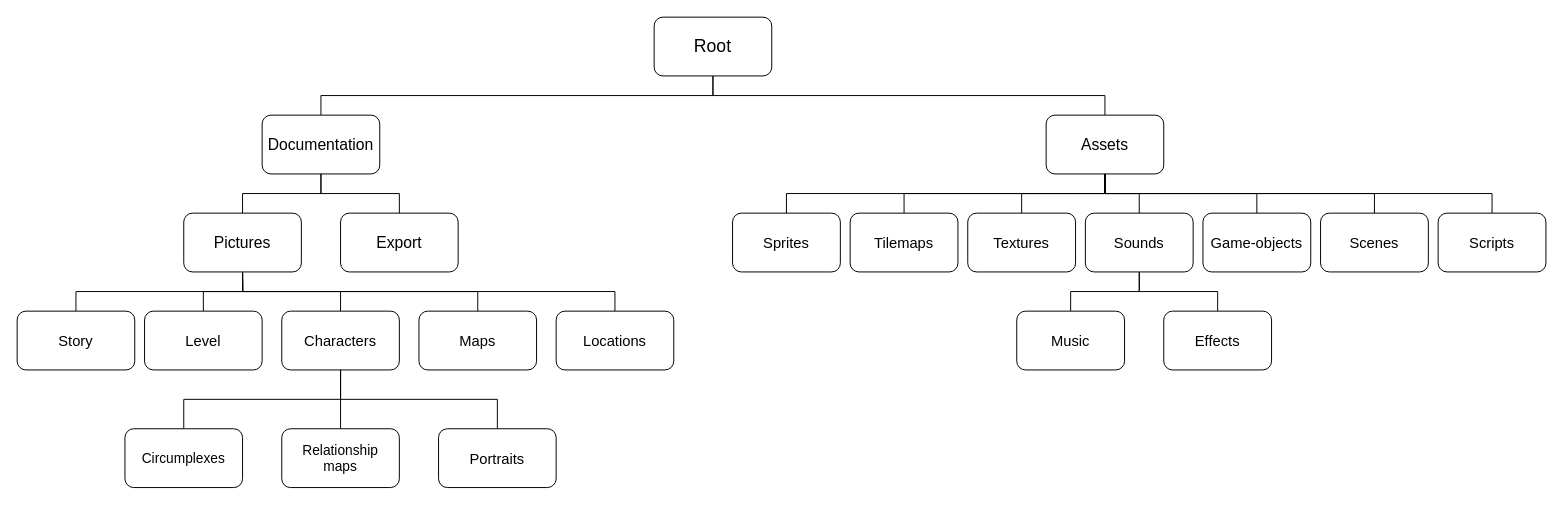
Above: Documentation/Pictures/Directory_structure_diagram_source.drawio in Sephirothbahamut/Accio-Niffler (draw.io), before the change. Source tidied: cells renumbered, new cells numbered last; positions are measured from the earlier drawing's top-left corner, leaving out a move shared by most shapes. Both pictures are drawn from the tidied source at 98%, with x=0, y=0 at pixel (17, 17).
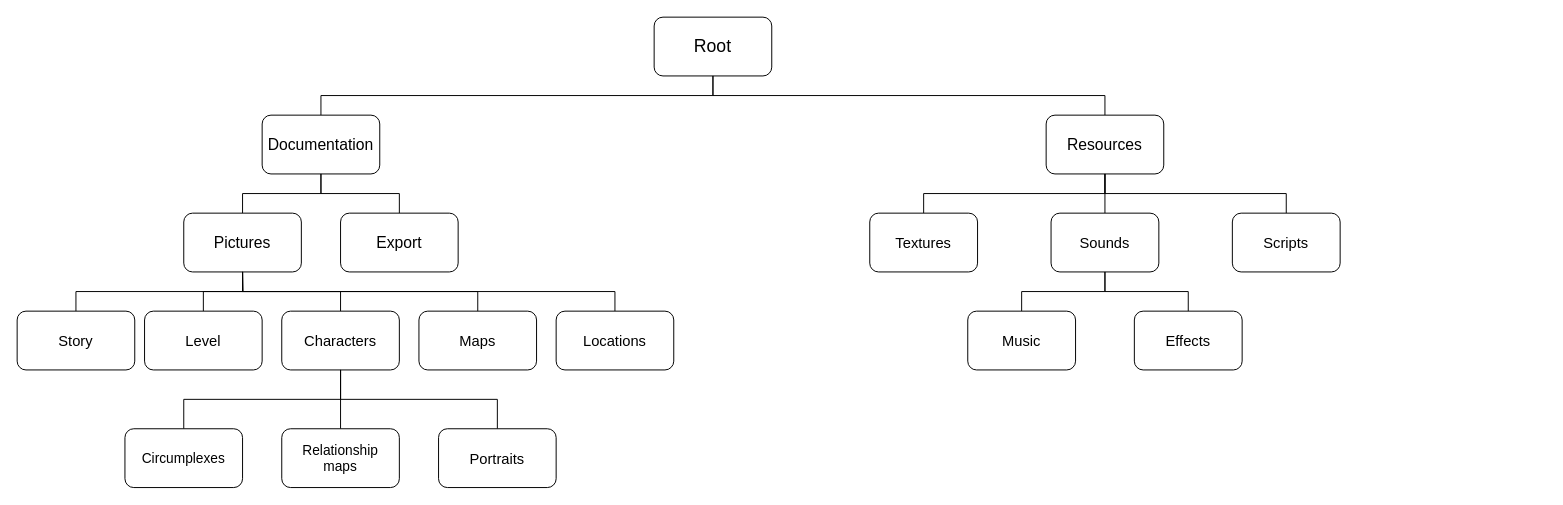
Above is the later version.

Unchanged cells that the change refers to:
```xml
<mxCell id="2" value="&lt;font style=&quot;font-size: 18px&quot;&gt;Root&lt;/font&gt;" style="rounded=1;whiteSpace=wrap;html=1;" parent="1" vertex="1">
  <mxGeometry x="650" width="120" height="60" as="geometry" />
</mxCell>
<mxCell id="14" value="&lt;font style=&quot;font-size: 15px&quot;&gt;Level&lt;/font&gt;" style="rounded=1;whiteSpace=wrap;html=1;" parent="1" vertex="1">
  <mxGeometry x="130" y="300" width="120" height="60" as="geometry" />
</mxCell>
```

What changed in the source:
```diff
@@
-<mxGraphModel background="#ffffff">
+<mxGraphModel>
@@
-    <mxCell id="5" style="edgeStyle=orthogonalEdgeStyle;rounded=0;jettySize=auto;html=1;endArrow=none;endFill=0;" parent="1" edge="1" source="6" target="2">
-      <mxGeometry relative="1" as="geometry">
-        <Array as="points">
-          <mxPoint x="1110" y="80" />
-          <mxPoint x="710" y="80" />
-        </Array>
-      </mxGeometry>
-    </mxCell>
-    <mxCell id="6" value="&lt;font style=&quot;font-size: 16px&quot;&gt;Assets&lt;/font&gt;" style="rounded=1;whiteSpace=wrap;html=1;" parent="1" vertex="1">
-      <mxGeometry x="1050" y="100" width="120" height="60" as="geometry" />
-    </mxCell>
+    <mxCell id="45" style="edgeStyle=orthogonalEdgeStyle;rounded=0;jettySize=auto;html=1;endArrow=none;endFill=0;" parent="1" edge="1" source="46" target="2">
+      <mxGeometry relative="1" as="geometry">
+        <Array as="points">
+          <mxPoint x="1110" y="80" />
+          <mxPoint x="710" y="80" />
+        </Array>
+      </mxGeometry>
+    </mxCell>
+    <mxCell id="46" value="&lt;font style=&quot;font-size: 16px&quot;&gt;Resources&lt;br&gt;&lt;/font&gt;" style="rounded=1;whiteSpace=wrap;html=1;" parent="1" vertex="1">
+      <mxGeometry x="1050" y="100" width="120" height="60" as="geometry" />
+    </mxCell>
@@
-    <mxCell id="13" style="edgeStyle=orthogonalEdgeStyle;rounded=0;jettySize=auto;html=1;exitX=0.5;exitY=0;exitDx=0;exitDy=0;endArrow=none;endFill=0;" parent="1" edge="1" source="14">
-      <mxGeometry relative="1" as="geometry">
-        <mxPoint x="230" y="260" as="targetPoint" />
-      </mxGeometry>
-    </mxCell>
+    <mxCell id="47" style="edgeStyle=orthogonalEdgeStyle;rounded=0;jettySize=auto;html=1;exitX=0.5;exitY=0;exitDx=0;exitDy=0;endArrow=none;endFill=0;" parent="1" edge="1" source="14">
+      <mxGeometry relative="1" as="geometry">
+        <mxPoint x="230" y="260" as="targetPoint" />
+      </mxGeometry>
+    </mxCell>
@@
-    <mxCell id="27" style="edgeStyle=orthogonalEdgeStyle;rounded=0;jettySize=auto;html=1;endArrow=none;endFill=0;" parent="1" edge="1" source="28" target="6">
-      <mxGeometry relative="1" as="geometry">
-        <Array as="points">
-          <mxPoint x="785" y="180" />
-          <mxPoint x="1110" y="180" />
-        </Array>
-      </mxGeometry>
-    </mxCell>
-    <mxCell id="28" value="&lt;font&gt;&lt;font style=&quot;font-size: 15px&quot;&gt;Sprites&lt;/font&gt;&lt;br&gt;&lt;/font&gt;" style="rounded=1;whiteSpace=wrap;html=1;" parent="1" vertex="1">
-      <mxGeometry x="730" y="200" width="110" height="60" as="geometry" />
-    </mxCell>
-    <mxCell id="29" style="edgeStyle=orthogonalEdgeStyle;rounded=0;jettySize=auto;html=1;endArrow=none;endFill=0;" parent="1" edge="1" source="30" target="6">
-      <mxGeometry relative="1" as="geometry">
-        <Array as="points">
-          <mxPoint x="905" y="180" />
-          <mxPoint x="1110" y="180" />
-        </Array>
-      </mxGeometry>
-    </mxCell>
-    <mxCell id="30" value="&lt;font&gt;&lt;font style=&quot;font-size: 15px&quot;&gt;Tilemaps&lt;/font&gt;&lt;br&gt;&lt;/font&gt;" style="rounded=1;whiteSpace=wrap;html=1;" parent="1" vertex="1">
-      <mxGeometry x="850" y="200" width="110" height="60" as="geometry" />
-    </mxCell>
-    <mxCell id="31" style="edgeStyle=orthogonalEdgeStyle;rounded=0;jettySize=auto;html=1;endArrow=none;endFill=0;" parent="1" edge="1" source="32" target="6">
-      <mxGeometry relative="1" as="geometry" />
-    </mxCell>
+    <mxCell id="48" style="edgeStyle=orthogonalEdgeStyle;rounded=0;jettySize=auto;html=1;endArrow=none;endFill=0;" parent="1" edge="1" source="32" target="46">
+      <mxGeometry relative="1" as="geometry">
+        <Array as="points">
+          <mxPoint x="925" y="180" />
+          <mxPoint x="1110" y="180" />
+        </Array>
+      </mxGeometry>
+    </mxCell>
     <mxCell id="32" value="&lt;font&gt;&lt;font style=&quot;font-size: 15px&quot;&gt;Textures&lt;/font&gt;&lt;br&gt;&lt;/font&gt;" style="rounded=1;whiteSpace=wrap;html=1;" parent="1" vertex="1">
-      <mxGeometry x="970" y="200" width="110" height="60" as="geometry" />
+      <mxGeometry x="870" y="200" width="110" height="60" as="geometry" />
     </mxCell>
-    <mxCell id="33" style="edgeStyle=orthogonalEdgeStyle;rounded=0;jettySize=auto;html=1;endArrow=none;endFill=0;" parent="1" edge="1" source="34" target="6">
-      <mxGeometry relative="1" as="geometry" />
-    </mxCell>
+    <mxCell id="49" style="edgeStyle=orthogonalEdgeStyle;rounded=0;jettySize=auto;html=1;endArrow=none;endFill=0;" parent="1" edge="1" source="34" target="46">
+      <mxGeometry relative="1" as="geometry" />
+    </mxCell>
     <mxCell id="34" value="&lt;font&gt;&lt;font style=&quot;font-size: 15px&quot;&gt;Sounds&lt;/font&gt;&lt;br&gt;&lt;/font&gt;" style="rounded=1;whiteSpace=wrap;html=1;" parent="1" vertex="1">
-      <mxGeometry x="1090" y="200" width="110" height="60" as="geometry" />
+      <mxGeometry x="1055" y="200" width="110" height="60" as="geometry" />
     </mxCell>
     <mxCell id="35" style="edgeStyle=orthogonalEdgeStyle;rounded=0;jettySize=auto;html=1;endArrow=none;endFill=0;" parent="1" edge="1" source="36" target="34">
-      <mxGeometry relative="1" as="geometry" />
+      <mxGeometry relative="1" as="geometry">
+        <Array as="points">
+          <mxPoint x="1025" y="280" />
+          <mxPoint x="1110" y="280" />
+        </Array>
+      </mxGeometry>
     </mxCell>
     <mxCell id="36" value="&lt;font&gt;&lt;font style=&quot;font-size: 15px&quot;&gt;Music&lt;/font&gt;&lt;br&gt;&lt;/font&gt;" style="rounded=1;whiteSpace=wrap;html=1;" parent="1" vertex="1">
-      <mxGeometry x="1020" y="300" width="110" height="60" as="geometry" />
+      <mxGeometry x="970" y="300" width="110" height="60" as="geometry" />
     </mxCell>
-    <mxCell id="37" style="edgeStyle=orthogonalEdgeStyle;rounded=0;jettySize=auto;html=1;endArrow=none;endFill=0;" parent="1" edge="1" source="38" target="6">
-      <mxGeometry relative="1" as="geometry">
-        <Array as="points">
-          <mxPoint x="1385" y="180" />
-          <mxPoint x="1110" y="180" />
-        </Array>
-      </mxGeometry>
-    </mxCell>
-    <mxCell id="38" value="&lt;font&gt;&lt;font style=&quot;font-size: 15px&quot;&gt;Scenes&lt;/font&gt;&lt;br&gt;&lt;/font&gt;" style="rounded=1;whiteSpace=wrap;html=1;" parent="1" vertex="1">
-      <mxGeometry x="1330" y="200" width="110" height="60" as="geometry" />
-    </mxCell>
-    <mxCell id="39" style="edgeStyle=orthogonalEdgeStyle;rounded=0;jettySize=auto;html=1;endArrow=none;endFill=0;" parent="1" edge="1" source="40" target="6">
-      <mxGeometry relative="1" as="geometry">
-        <Array as="points">
-          <mxPoint x="1505" y="180" />
-          <mxPoint x="1110" y="180" />
-        </Array>
-      </mxGeometry>
-    </mxCell>
+    <mxCell id="50" style="edgeStyle=orthogonalEdgeStyle;rounded=0;jettySize=auto;html=1;endArrow=none;endFill=0;" parent="1" edge="1" source="40" target="46">
+      <mxGeometry relative="1" as="geometry">
+        <Array as="points">
+          <mxPoint x="1295" y="180" />
+          <mxPoint x="1110" y="180" />
+        </Array>
+      </mxGeometry>
+    </mxCell>
     <mxCell id="40" value="&lt;font&gt;&lt;font style=&quot;font-size: 15px&quot;&gt;Scripts&lt;/font&gt;&lt;br&gt;&lt;/font&gt;" style="rounded=1;whiteSpace=wrap;html=1;" parent="1" vertex="1">
-      <mxGeometry x="1450" y="200" width="110" height="60" as="geometry" />
+      <mxGeometry x="1240" y="200" width="110" height="60" as="geometry" />
     </mxCell>
@@
     <mxCell id="42" value="&lt;font&gt;&lt;font style=&quot;font-size: 15px&quot;&gt;Effects&lt;/font&gt;&lt;br&gt;&lt;/font&gt;" style="rounded=1;whiteSpace=wrap;html=1;" parent="1" vertex="1">
-      <mxGeometry x="1170" y="300" width="110" height="60" as="geometry" />
+      <mxGeometry x="1140" y="300" width="110" height="60" as="geometry" />
     </mxCell>
-    <mxCell id="43" style="edgeStyle=orthogonalEdgeStyle;rounded=0;jettySize=auto;html=1;endArrow=none;endFill=0;" parent="1" edge="1" source="44" target="6">
-      <mxGeometry relative="1" as="geometry">
-        <Array as="points">
-          <mxPoint x="1265" y="180" />
-          <mxPoint x="1110" y="180" />
-        </Array>
-      </mxGeometry>
-    </mxCell>
-    <mxCell id="44" value="&lt;font&gt;&lt;font style=&quot;font-size: 15px&quot;&gt;Game-objects&lt;/font&gt;&lt;br&gt;&lt;/font&gt;" style="rounded=1;whiteSpace=wrap;html=1;" parent="1" vertex="1">
-      <mxGeometry x="1210" y="200" width="110" height="60" as="geometry" />
-    </mxCell>
```
